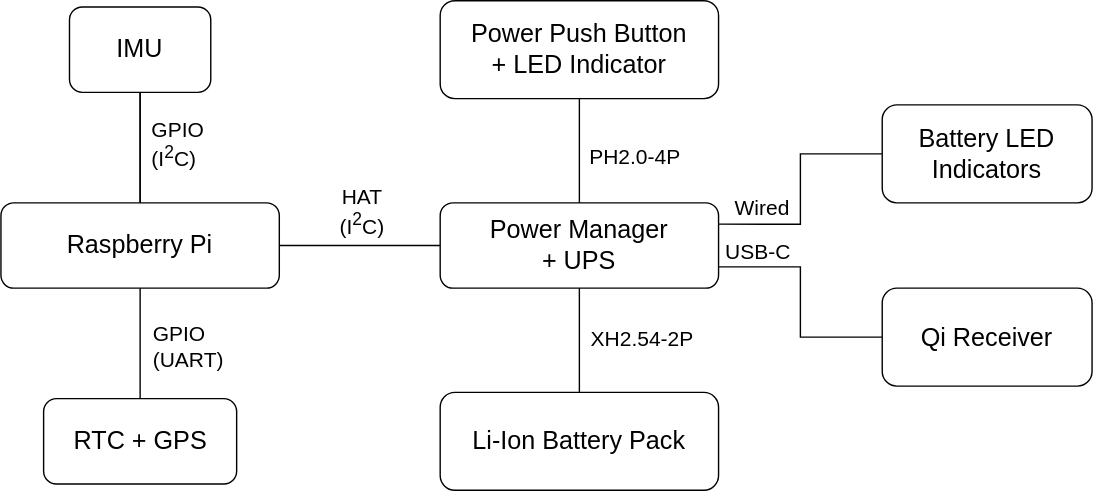
metisvela/sailtrack keeps this draw.io diagram as SailTrack Core/block-diagram.svg. Above is the earlier version. Source tidied: cells renumbered, new cells last; positions are measured from the earlier drawing's top-left corner, leaving out a move shared by most shapes.
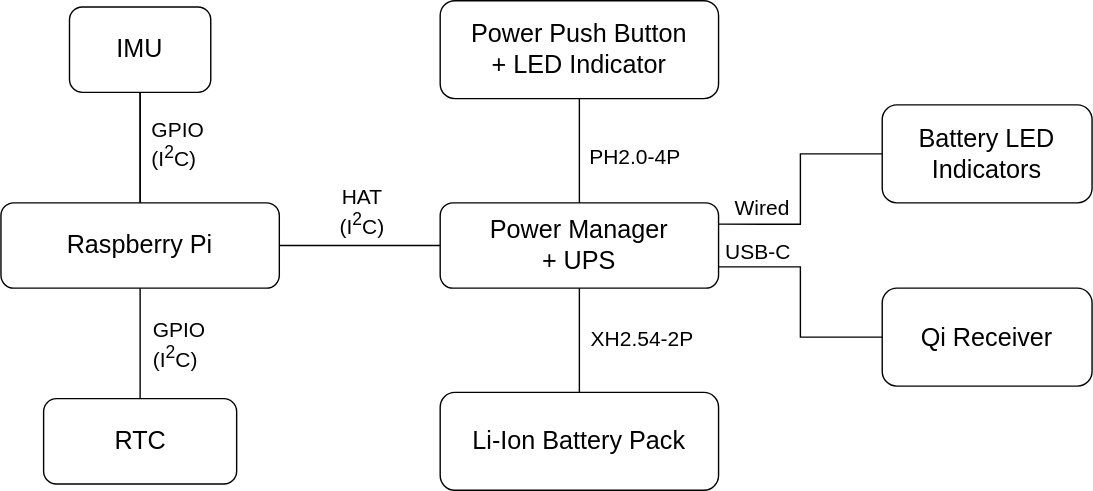
Above is the later version.

Diff of the diagram source:
```diff
@@ -74,12 +74,12 @@
     <mxCell id="21" style="edgeStyle=orthogonalEdgeStyle;rounded=0;jettySize=auto;html=1;exitX=0.5;exitY=0;exitDx=0;exitDy=0;entryX=0.5;entryY=1;entryDx=0;entryDy=0;endArrow=none;endFill=0;fontSize=18;" parent="1" edge="1" source="23" target="7">
       <mxGeometry relative="1" as="geometry" />
     </mxCell>
-    <mxCell id="22" value="GPIO&lt;br&gt;(UART)" style="edgeLabel;html=1;align=left;verticalAlign=bottom;fontSize=15;" parent="21" vertex="1">
+    <mxCell id="22" value="GPIO&lt;br&gt;(I&lt;sup&gt;2&lt;/sup&gt;C)" style="edgeLabel;html=1;align=left;verticalAlign=bottom;fontSize=15;" parent="21" vertex="1">
       <mxGeometry x="0.24" y="2" relative="1" as="geometry">
         <mxPoint x="9" y="31.5" as="offset" />
       </mxGeometry>
     </mxCell>
-    <mxCell id="23" value="RTC + GPS" style="rounded=1;whiteSpace=wrap;html=1;fontSize=18;" parent="1" vertex="1">
+    <mxCell id="23" value="RTC" style="rounded=1;whiteSpace=wrap;html=1;fontSize=18;" parent="1" vertex="1">
       <mxGeometry x="30.5" y="284.5" width="138" height="61" as="geometry" />
     </mxCell>
     <mxCell id="24" value="Battery LED Indicators" style="rounded=1;whiteSpace=wrap;html=1;fontSize=18;" parent="1" vertex="1">
```
